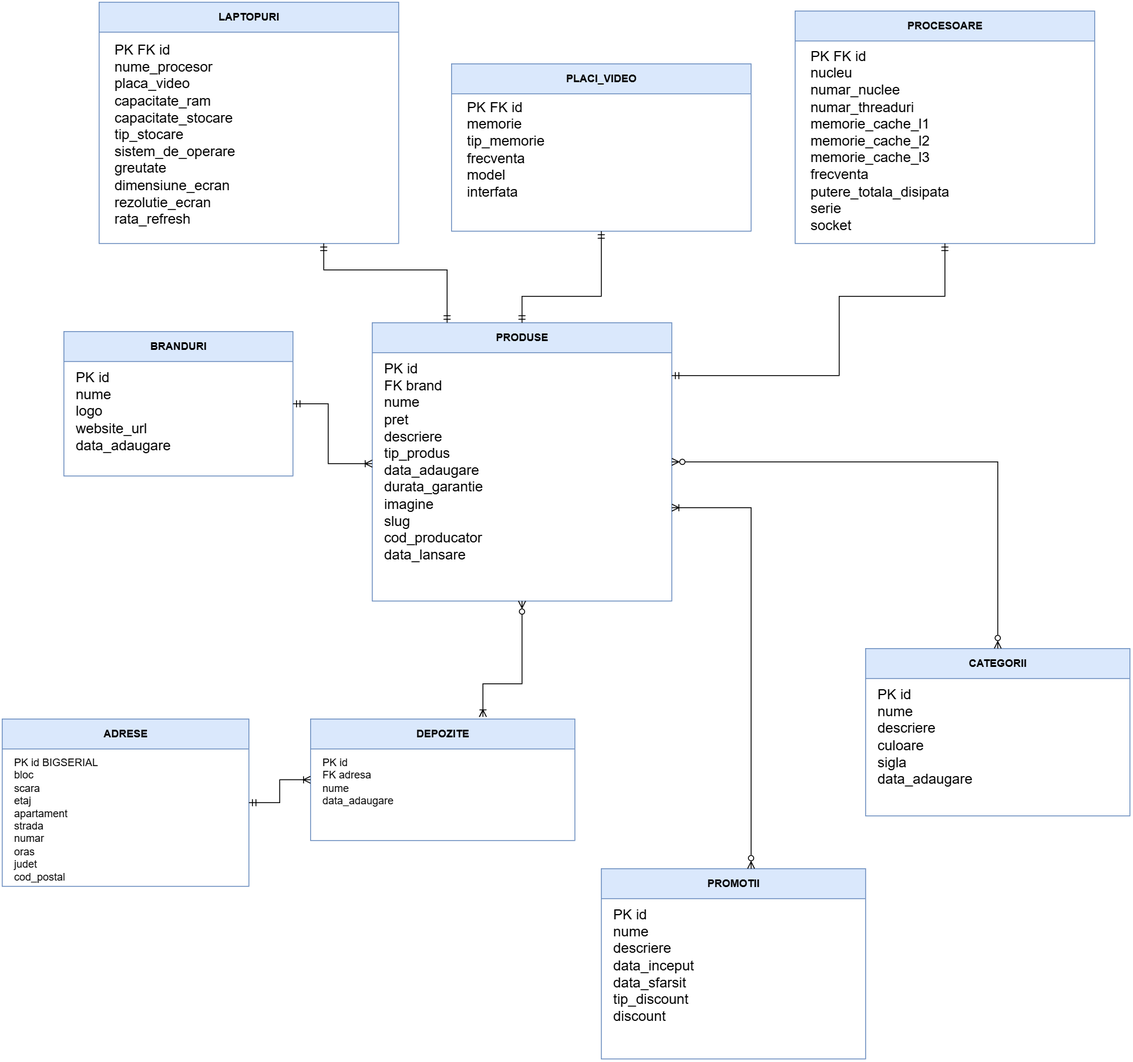
The draw.io diagram app/sql/diagrama.png in David-I7/pc-world, before a commit. Source tidied: cells renumbered, new cells last; positions are measured from the earlier drawing's top-left corner, leaving out a move shared by most shapes. Source of this version:
```xml
<mxGraphModel>
  <root>
    <mxCell id="0" />
    <mxCell id="1" parent="0" />
    <mxCell id="2" value="BRANDURI" style="swimlane;html=1;startSize=34;rounded=0;fillColor=#dae8fc;swimlaneFillColor=#ffffff;strokeColor=#6c8ebf;fontStyle=1;" parent="1" vertex="1">
      <mxGeometry x="70" y="374" width="260" height="164" as="geometry" />
    </mxCell>
    <mxCell id="3" value="&lt;font style=&quot;font-size: 16px;&quot;&gt;PK  id&amp;nbsp;&lt;br&gt;nume&amp;nbsp;&lt;br&gt;logo&amp;nbsp;&lt;br&gt;website_url&amp;nbsp;&lt;br&gt;data_adaugare&amp;nbsp;&lt;/font&gt;" style="text;html=1;align=left;verticalAlign=top;spacingLeft=8;whiteSpace=wrap;strokeColor=none;fillColor=none;" parent="1" vertex="1">
      <mxGeometry x="74" y="410" width="252" height="125" as="geometry" />
    </mxCell>
    <mxCell id="4" value="PRODUSE" style="swimlane;html=1;startSize=34;rounded=0;fillColor=#dae8fc;swimlaneFillColor=#ffffff;strokeColor=#6c8ebf;fontStyle=1;" parent="1" vertex="1">
      <mxGeometry x="420" y="364" width="340" height="316" as="geometry" />
    </mxCell>
    <mxCell id="5" value="&lt;font style=&quot;font-size: 16px;&quot;&gt;PK  id&amp;nbsp;&lt;/font&gt;&lt;div&gt;&lt;font style=&quot;font-size: 16px;&quot;&gt;FK brand&lt;br&gt;nume&amp;nbsp;&lt;br&gt;pret&amp;nbsp;&lt;br&gt;descriere&lt;br&gt;tip_produs&amp;nbsp;&lt;br&gt;data_adaugare&amp;nbsp;&lt;br&gt;durata_garantie&amp;nbsp;&lt;br&gt;imagine&lt;br&gt;slug&lt;/font&gt;&lt;/div&gt;&lt;div&gt;&lt;font style=&quot;font-size: 16px;&quot;&gt;cod_producator&lt;/font&gt;&lt;/div&gt;&lt;div&gt;&lt;font style=&quot;font-size: 16px;&quot;&gt;data_lansare&lt;/font&gt;&lt;/div&gt;" style="text;html=1;align=left;verticalAlign=top;spacingLeft=8;whiteSpace=wrap;strokeColor=none;fillColor=none;" parent="1" vertex="1">
      <mxGeometry x="424" y="400" width="332" height="280" as="geometry" />
    </mxCell>
    <mxCell id="6" value="CATEGORII" style="swimlane;html=1;startSize=34;rounded=0;fillColor=#dae8fc;swimlaneFillColor=#ffffff;strokeColor=#6c8ebf;fontStyle=1;" parent="1" vertex="1">
      <mxGeometry x="980" y="734" width="300" height="190" as="geometry" />
    </mxCell>
    <mxCell id="7" value="&lt;font style=&quot;font-size: 16px;&quot;&gt;PK  id&amp;nbsp;&lt;br&gt;nume&amp;nbsp;&lt;br&gt;descriere&amp;nbsp;&lt;br&gt;culoare&lt;br&gt;sigla&amp;nbsp;&lt;br&gt;data_adaugare&amp;nbsp;&lt;/font&gt;" style="text;html=1;align=left;verticalAlign=top;spacingLeft=8;whiteSpace=wrap;strokeColor=none;fillColor=none;" parent="1" vertex="1">
      <mxGeometry x="984" y="770" width="292" height="150" as="geometry" />
    </mxCell>
    <mxCell id="8" value="PROMOTII" style="swimlane;html=1;startSize=34;rounded=0;fillColor=#dae8fc;swimlaneFillColor=#ffffff;strokeColor=#6c8ebf;fontStyle=1;" parent="1" vertex="1">
      <mxGeometry x="680" y="984" width="300" height="216" as="geometry" />
    </mxCell>
    <mxCell id="9" value="&lt;font style=&quot;font-size: 16px;&quot;&gt;PK  id&amp;nbsp;&lt;br&gt;nume&amp;nbsp;&lt;br&gt;descriere&amp;nbsp;&lt;br&gt;data_inceput&amp;nbsp;&lt;br&gt;data_sfarsit&amp;nbsp;&lt;/font&gt;&lt;div&gt;&lt;font style=&quot;font-size: 16px;&quot;&gt;tip_discount&lt;br&gt;discount&amp;nbsp;&lt;br&gt;&lt;br&gt;&lt;/font&gt;&lt;/div&gt;" style="text;html=1;align=left;verticalAlign=top;spacingLeft=8;whiteSpace=wrap;strokeColor=none;fillColor=none;" parent="1" vertex="1">
      <mxGeometry x="684" y="1020" width="292" height="175" as="geometry" />
    </mxCell>
    <mxCell id="10" value="ADRESE" style="swimlane;html=1;startSize=34;rounded=0;fillColor=#dae8fc;swimlaneFillColor=#ffffff;strokeColor=#6c8ebf;fontStyle=1;" parent="1" vertex="1">
      <mxGeometry y="814" width="280" height="190" as="geometry" />
    </mxCell>
    <mxCell id="11" value="PK  id BIGSERIAL&lt;br&gt;bloc&lt;div&gt;scara&lt;/div&gt;&lt;div&gt;etaj&lt;/div&gt;&lt;div&gt;apartament&lt;br&gt;&lt;div&gt;s&lt;span style=&quot;background-color: transparent; color: light-dark(#000000, var(--ge-light-color, #ffffff));&quot;&gt;trada&lt;/span&gt;&lt;/div&gt;&lt;div&gt;numar&lt;br&gt;&lt;div&gt;oras&amp;nbsp;&lt;br&gt;judet&amp;nbsp;&lt;br&gt;cod_postal&lt;br&gt;&lt;br&gt;&lt;/div&gt;&lt;/div&gt;&lt;/div&gt;" style="text;html=1;align=left;verticalAlign=top;spacingLeft=8;whiteSpace=wrap;strokeColor=none;fillColor=none;" parent="1" vertex="1">
      <mxGeometry x="4" y="850" width="272" height="150" as="geometry" />
    </mxCell>
    <mxCell id="12" value="DEPOZITE" style="swimlane;html=1;startSize=34;rounded=0;fillColor=#dae8fc;swimlaneFillColor=#ffffff;strokeColor=#6c8ebf;fontStyle=1;" parent="1" vertex="1">
      <mxGeometry x="350" y="814" width="300" height="138" as="geometry" />
    </mxCell>
    <mxCell id="13" value="PK  id&lt;br&gt;FK adresa&lt;br&gt;&lt;div&gt;nume&lt;br&gt;data_adaugare&lt;/div&gt;" style="text;html=1;align=left;verticalAlign=top;spacingLeft=8;whiteSpace=wrap;strokeColor=none;fillColor=none;" parent="1" vertex="1">
      <mxGeometry x="354" y="850" width="292" height="100" as="geometry" />
    </mxCell>
    <mxCell id="14" style="edgeStyle=orthogonalEdgeStyle;rounded=0;html=1;endArrow=ERoneToMany;startArrow=ERmandOne;endFill=0;startFill=0;" parent="1" edge="1" source="2" target="4">
      <mxGeometry x="0.75" relative="1" as="geometry">
        <Array as="points">
          <mxPoint x="370" y="456" />
          <mxPoint x="370" y="524" />
        </Array>
      </mxGeometry>
    </mxCell>
    <mxCell id="15" style="edgeStyle=orthogonalEdgeStyle;rounded=0;html=1;endArrow=ERoneToMany;startArrow=ERmandOne;endFill=0;startFill=0;" parent="1" edge="1" source="10" target="12">
      <mxGeometry relative="1" as="geometry" />
    </mxCell>
    <mxCell id="16" style="edgeStyle=orthogonalEdgeStyle;rounded=0;html=1;endArrow=ERoneToMany;startArrow=ERzeroToMany;endFill=0;startFill=0;exitX=0.5;exitY=1;exitDx=0;exitDy=0;entryX=0.652;entryY=-0.017;entryDx=0;entryDy=0;entryPerimeter=0;" parent="1" edge="1" source="5" target="12">
      <mxGeometry x="-0.02" y="30" relative="1" as="geometry">
        <Array as="points">
          <mxPoint x="590" y="774" />
          <mxPoint x="545.6" y="774" />
        </Array>
      </mxGeometry>
    </mxCell>
    <mxCell id="17" value="&lt;div&gt;&lt;br&gt;&lt;/div&gt;" style="edgeStyle=orthogonalEdgeStyle;rounded=0;html=1;startArrow=ERzeroToMany;endArrow=ERzeroToMany;startFill=0;endFill=0;" parent="1" edge="1" source="4" target="6">
      <mxGeometry relative="1" as="geometry" />
    </mxCell>
    <mxCell id="18" style="edgeStyle=orthogonalEdgeStyle;rounded=0;html=1;startArrow=ERoneToMany;endArrow=ERzeroToMany;endFill=0;startFill=0;" parent="1" edge="1" source="4" target="8">
      <mxGeometry x="-0.08" relative="1" as="geometry">
        <Array as="points">
          <mxPoint x="850" y="574" />
        </Array>
      </mxGeometry>
    </mxCell>
    <mxCell id="19" value="LAPTOPURI" style="swimlane;html=1;startSize=34;rounded=0;fillColor=#dae8fc;swimlaneFillColor=#ffffff;strokeColor=#6c8ebf;fontStyle=1;" parent="1" vertex="1">
      <mxGeometry x="110" width="340" height="274" as="geometry" />
    </mxCell>
    <mxCell id="20" value="&lt;font style=&quot;font-size: 16px;&quot;&gt;PK FK id&lt;br&gt;nume_procesor&lt;br&gt;placa_video&lt;br&gt;capacitate_ram&lt;br&gt;capacitate_stocare&lt;/font&gt;&lt;div&gt;&lt;font style=&quot;font-size: 16px;&quot;&gt;tip_stocare&lt;/font&gt;&lt;span style=&quot;font-size: 16px; background-color: transparent; color: light-dark(#000000, var(--ge-light-color, #ffffff));&quot;&gt;&amp;nbsp;&lt;/span&gt;&lt;/div&gt;&lt;div&gt;&lt;font style=&quot;font-size: 16px;&quot;&gt;sistem_de_operare&amp;nbsp;&lt;br&gt;greutate&lt;br&gt;dimensiune_ecran&lt;br&gt;rezolutie_ecran&lt;/font&gt;&lt;/div&gt;&lt;div&gt;&lt;font style=&quot;font-size: 16px;&quot;&gt;rata_refresh&lt;/font&gt;&lt;/div&gt;" style="text;html=1;align=left;verticalAlign=top;spacingLeft=8;whiteSpace=wrap;strokeColor=none;fillColor=none;" parent="19" vertex="1">
      <mxGeometry x="8" y="38" width="332" height="222" as="geometry" />
    </mxCell>
    <mxCell id="21" style="edgeStyle=orthogonalEdgeStyle;rounded=0;html=1;endArrow=ERmandOne;startArrow=ERmandOne;endFill=0;startFill=0;exitX=0.75;exitY=1;exitDx=0;exitDy=0;entryX=0.25;entryY=0;entryDx=0;entryDy=0;" parent="1" edge="1" source="19" target="4">
      <mxGeometry x="0.54" relative="1" as="geometry">
        <Array as="points">
          <mxPoint x="365" y="304" />
          <mxPoint x="505" y="304" />
        </Array>
      </mxGeometry>
    </mxCell>
    <mxCell id="22" value="PLACI_VIDEO" style="swimlane;html=1;startSize=34;rounded=0;fillColor=#dae8fc;swimlaneFillColor=#ffffff;strokeColor=#6c8ebf;fontStyle=1;" parent="1" vertex="1">
      <mxGeometry x="510" y="70" width="340" height="190" as="geometry" />
    </mxCell>
    <mxCell id="23" value="&lt;font style=&quot;font-size: 16px;&quot;&gt;PK FK id&amp;nbsp;&lt;br&gt;memorie&amp;nbsp;&lt;br&gt;tip_memorie&amp;nbsp;&lt;br&gt;frecventa&amp;nbsp;&lt;br&gt;model&lt;/font&gt;&lt;div&gt;&lt;font style=&quot;font-size: 16px;&quot;&gt;interfata&amp;nbsp;&lt;/font&gt;&lt;/div&gt;" style="text;html=1;align=left;verticalAlign=top;spacingLeft=8;whiteSpace=wrap;strokeColor=none;fillColor=none;" parent="22" vertex="1">
      <mxGeometry x="8" y="32.5" width="332" height="125" as="geometry" />
    </mxCell>
    <mxCell id="24" value="PROCESOARE" style="swimlane;html=1;startSize=34;rounded=0;fillColor=#dae8fc;swimlaneFillColor=#ffffff;strokeColor=#6c8ebf;fontStyle=1;" parent="1" vertex="1">
      <mxGeometry x="900" y="10" width="340" height="264" as="geometry" />
    </mxCell>
    <mxCell id="25" value="&lt;font style=&quot;font-size: 16px;&quot;&gt;PK FK id&amp;nbsp;&lt;/font&gt;&lt;div&gt;&lt;font style=&quot;font-size: 16px;&quot;&gt;nucleu&lt;/font&gt;&lt;/div&gt;&lt;div&gt;&lt;font style=&quot;font-size: 16px;&quot;&gt;numar_nuclee&lt;/font&gt;&lt;/div&gt;&lt;div&gt;&lt;font style=&quot;font-size: 16px;&quot;&gt;numar_threaduri&lt;/font&gt;&lt;/div&gt;&lt;div&gt;&lt;font style=&quot;font-size: 16px;&quot;&gt;memorie_cache_l1&lt;/font&gt;&lt;/div&gt;&lt;div&gt;&lt;font style=&quot;font-size: 16px;&quot;&gt;memorie_cache_l2&lt;/font&gt;&lt;/div&gt;&lt;div&gt;&lt;font style=&quot;font-size: 16px;&quot;&gt;memorie_cache_l3&lt;/font&gt;&lt;/div&gt;&lt;div&gt;&lt;font style=&quot;font-size: 16px;&quot;&gt;frecventa&lt;br&gt;putere_totala_disipata&amp;nbsp;&lt;br&gt;serie&lt;br&gt;socket&lt;/font&gt;&lt;div&gt;&lt;br&gt;&lt;/div&gt;&lt;/div&gt;" style="text;html=1;align=left;verticalAlign=top;spacingLeft=8;whiteSpace=wrap;strokeColor=none;fillColor=none;" parent="24" vertex="1">
      <mxGeometry x="8" y="35" width="332" height="229" as="geometry" />
    </mxCell>
    <mxCell id="26" style="edgeStyle=orthogonalEdgeStyle;rounded=0;html=1;endArrow=ERmandOne;startArrow=ERmandOne;endFill=0;startFill=0;exitX=0.5;exitY=1;exitDx=0;exitDy=0;entryX=0.5;entryY=0;entryDx=0;entryDy=0;" parent="1" edge="1" source="22" target="4">
      <mxGeometry x="-0.08" relative="1" as="geometry">
        <Array as="points">
          <mxPoint x="680" y="334" />
          <mxPoint x="590" y="334" />
        </Array>
      </mxGeometry>
    </mxCell>
    <mxCell id="27" style="edgeStyle=orthogonalEdgeStyle;rounded=0;html=1;endArrow=ERmandOne;startArrow=ERmandOne;endFill=0;startFill=0;exitX=0.5;exitY=1;exitDx=0;exitDy=0;" parent="1" edge="1" source="24">
      <mxGeometry x="0.1" relative="1" as="geometry">
        <mxPoint x="760" y="424" as="targetPoint" />
        <Array as="points">
          <mxPoint x="1070" y="334" />
          <mxPoint x="950" y="334" />
          <mxPoint x="950" y="424" />
        </Array>
      </mxGeometry>
    </mxCell>
  </root>
</mxGraphModel>
```
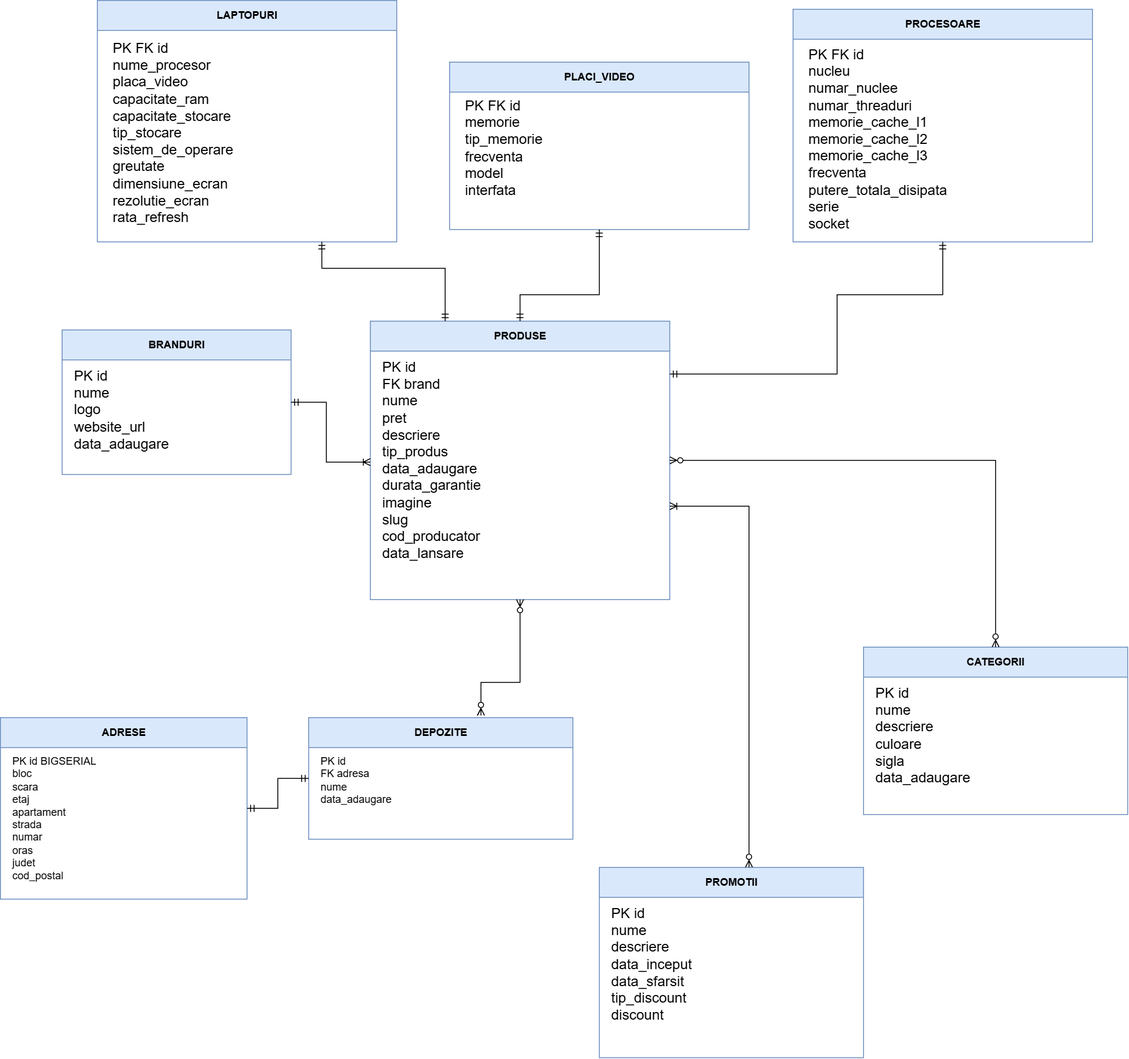
Above is the later version.

What changed in the source:
```diff
@@ -27,7 +27,7 @@
       <mxGeometry x="684" y="1020" width="292" height="175" as="geometry" />
     </mxCell>
     <mxCell id="10" value="ADRESE" style="swimlane;html=1;startSize=34;rounded=0;fillColor=#dae8fc;swimlaneFillColor=#ffffff;strokeColor=#6c8ebf;fontStyle=1;" parent="1" vertex="1">
-      <mxGeometry y="814" width="280" height="190" as="geometry" />
+      <mxGeometry y="814" width="280" height="206" as="geometry" />
     </mxCell>
     <mxCell id="11" value="PK  id BIGSERIAL&lt;br&gt;bloc&lt;div&gt;scara&lt;/div&gt;&lt;div&gt;etaj&lt;/div&gt;&lt;div&gt;apartament&lt;br&gt;&lt;div&gt;s&lt;span style=&quot;background-color: transparent; color: light-dark(#000000, var(--ge-light-color, #ffffff));&quot;&gt;trada&lt;/span&gt;&lt;/div&gt;&lt;div&gt;numar&lt;br&gt;&lt;div&gt;oras&amp;nbsp;&lt;br&gt;judet&amp;nbsp;&lt;br&gt;cod_postal&lt;br&gt;&lt;br&gt;&lt;/div&gt;&lt;/div&gt;&lt;/div&gt;" style="text;html=1;align=left;verticalAlign=top;spacingLeft=8;whiteSpace=wrap;strokeColor=none;fillColor=none;" parent="1" vertex="1">
       <mxGeometry x="4" y="850" width="272" height="150" as="geometry" />
@@ -46,10 +46,10 @@
         </Array>
       </mxGeometry>
     </mxCell>
-    <mxCell id="15" style="edgeStyle=orthogonalEdgeStyle;rounded=0;html=1;endArrow=ERoneToMany;startArrow=ERmandOne;endFill=0;startFill=0;" parent="1" edge="1" source="10" target="12">
+    <mxCell id="15" style="edgeStyle=orthogonalEdgeStyle;rounded=0;html=1;endArrow=ERmandOne;startArrow=ERmandOne;endFill=0;startFill=0;" parent="1" edge="1" source="10" target="12">
       <mxGeometry relative="1" as="geometry" />
     </mxCell>
-    <mxCell id="16" style="edgeStyle=orthogonalEdgeStyle;rounded=0;html=1;endArrow=ERoneToMany;startArrow=ERzeroToMany;endFill=0;startFill=0;exitX=0.5;exitY=1;exitDx=0;exitDy=0;entryX=0.652;entryY=-0.017;entryDx=0;entryDy=0;entryPerimeter=0;" parent="1" edge="1" source="5" target="12">
+    <mxCell id="16" style="edgeStyle=orthogonalEdgeStyle;rounded=0;html=1;endArrow=ERzeroToMany;startArrow=ERzeroToMany;endFill=0;startFill=0;exitX=0.5;exitY=1;exitDx=0;exitDy=0;entryX=0.652;entryY=-0.017;entryDx=0;entryDy=0;entryPerimeter=0;" parent="1" edge="1" source="5" target="12">
       <mxGeometry x="-0.02" y="30" relative="1" as="geometry">
         <Array as="points">
           <mxPoint x="590" y="774" />
@@ -101,15 +101,15 @@
         </Array>
       </mxGeometry>
     </mxCell>
-    <mxCell id="27" style="edgeStyle=orthogonalEdgeStyle;rounded=0;html=1;endArrow=ERmandOne;startArrow=ERmandOne;endFill=0;startFill=0;exitX=0.5;exitY=1;exitDx=0;exitDy=0;" parent="1" edge="1" source="24">
-      <mxGeometry x="0.1" relative="1" as="geometry">
-        <mxPoint x="760" y="424" as="targetPoint" />
-        <Array as="points">
-          <mxPoint x="1070" y="334" />
-          <mxPoint x="950" y="334" />
-          <mxPoint x="950" y="424" />
-        </Array>
-      </mxGeometry>
-    </mxCell>
+    <mxCell id="28" style="edgeStyle=orthogonalEdgeStyle;rounded=0;html=1;endArrow=ERmandOne;startArrow=ERmandOne;endFill=0;startFill=0;exitX=0.5;exitY=1;exitDx=0;exitDy=0;" parent="1" edge="1" source="24">
+      <mxGeometry x="0.1" relative="1" as="geometry">
+        <mxPoint x="760" y="424" as="targetPoint" />
+        <Array as="points">
+          <mxPoint x="1070" y="334" />
+          <mxPoint x="950" y="334" />
+          <mxPoint x="950" y="424" />
+        </Array>
+      </mxGeometry>
+    </mxCell>
   </root>
 </mxGraphModel>
```
